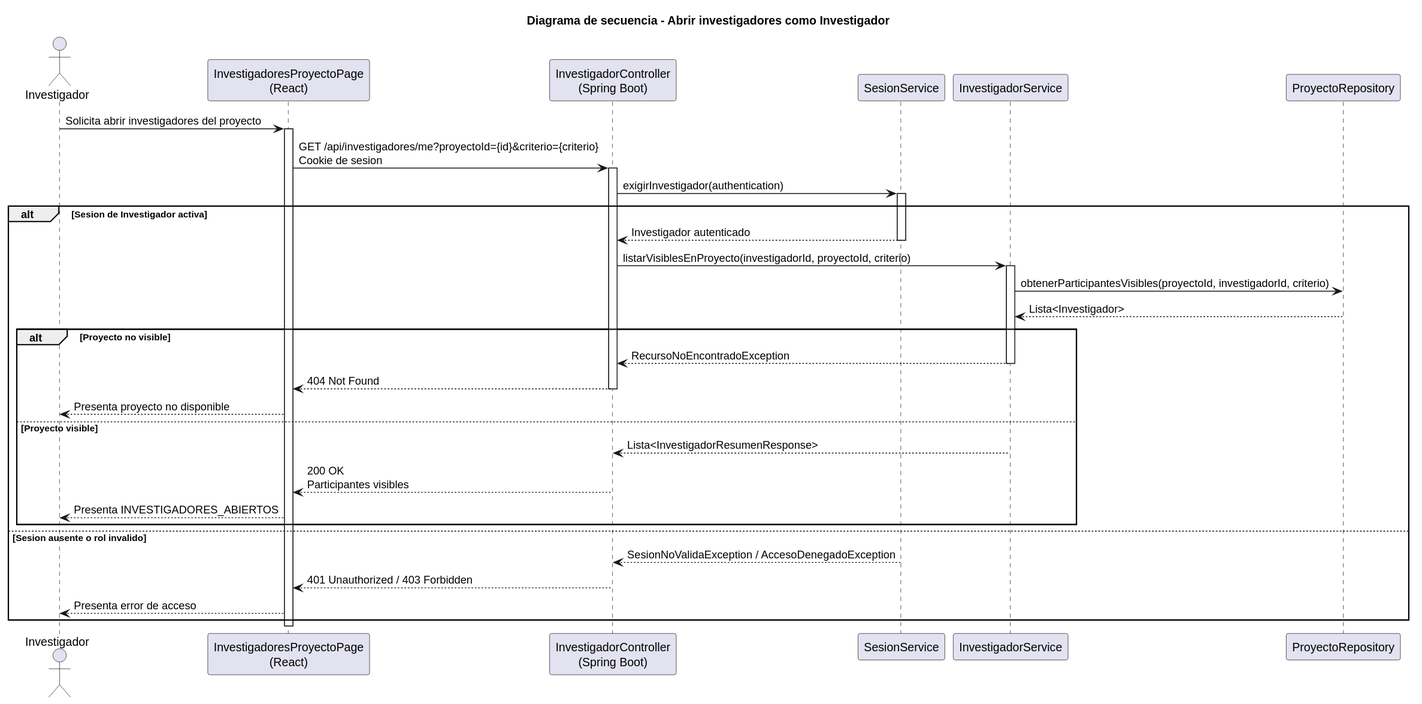
beatriizorozco/25-26-idsw2-sdVC keeps this PlantUML diagram as images/RUP/02-diseño/casos-uso/investigador/abrirInvestigadores/secuencia.svg. Above is the earlier version. Source of this version:
```plantuml
@startuml
title Diagrama de secuencia - Abrir investigadores como Investigador

actor Investigador
participant "InvestigadoresProyectoPage\n(React)" as Frontend
participant "InvestigadorController\n(Spring Boot)" as Api
participant "SesionService" as Sesion
participant "InvestigadorService" as Service
participant "ProyectoRepository" as ProyectoRepo

Investigador -> Frontend: Solicita abrir investigadores del proyecto
activate Frontend
Frontend -> Api: GET /api/investigadores/me?proyectoId={id}&criterio={criterio}\nCookie de sesion
activate Api
Api -> Sesion: exigirInvestigador(authentication)
activate Sesion
alt Sesion de Investigador activa
    Sesion --> Api: Investigador autenticado
    deactivate Sesion
    Api -> Service: listarVisiblesEnProyecto(investigadorId, proyectoId, criterio)
    activate Service
    Service -> ProyectoRepo: obtenerParticipantesVisibles(proyectoId, investigadorId, criterio)
    ProyectoRepo --> Service: Lista<Investigador>
    alt Proyecto no visible
        Service --> Api: RecursoNoEncontradoException
        deactivate Service
        Api --> Frontend: 404 Not Found
        deactivate Api
        Frontend --> Investigador: Presenta proyecto no disponible
    else Proyecto visible
        Service --> Api: Lista<InvestigadorResumenResponse>
        deactivate Service
        Api --> Frontend: 200 OK\nParticipantes visibles
        deactivate Api
        Frontend --> Investigador: Presenta INVESTIGADORES_ABIERTOS
    end
else Sesion ausente o rol invalido
    Sesion --> Api: SesionNoValidaException / AccesoDenegadoException
    deactivate Sesion
    Api --> Frontend: 401 Unauthorized / 403 Forbidden
    deactivate Api
    Frontend --> Investigador: Presenta error de acceso
end
deactivate Frontend
@enduml
```
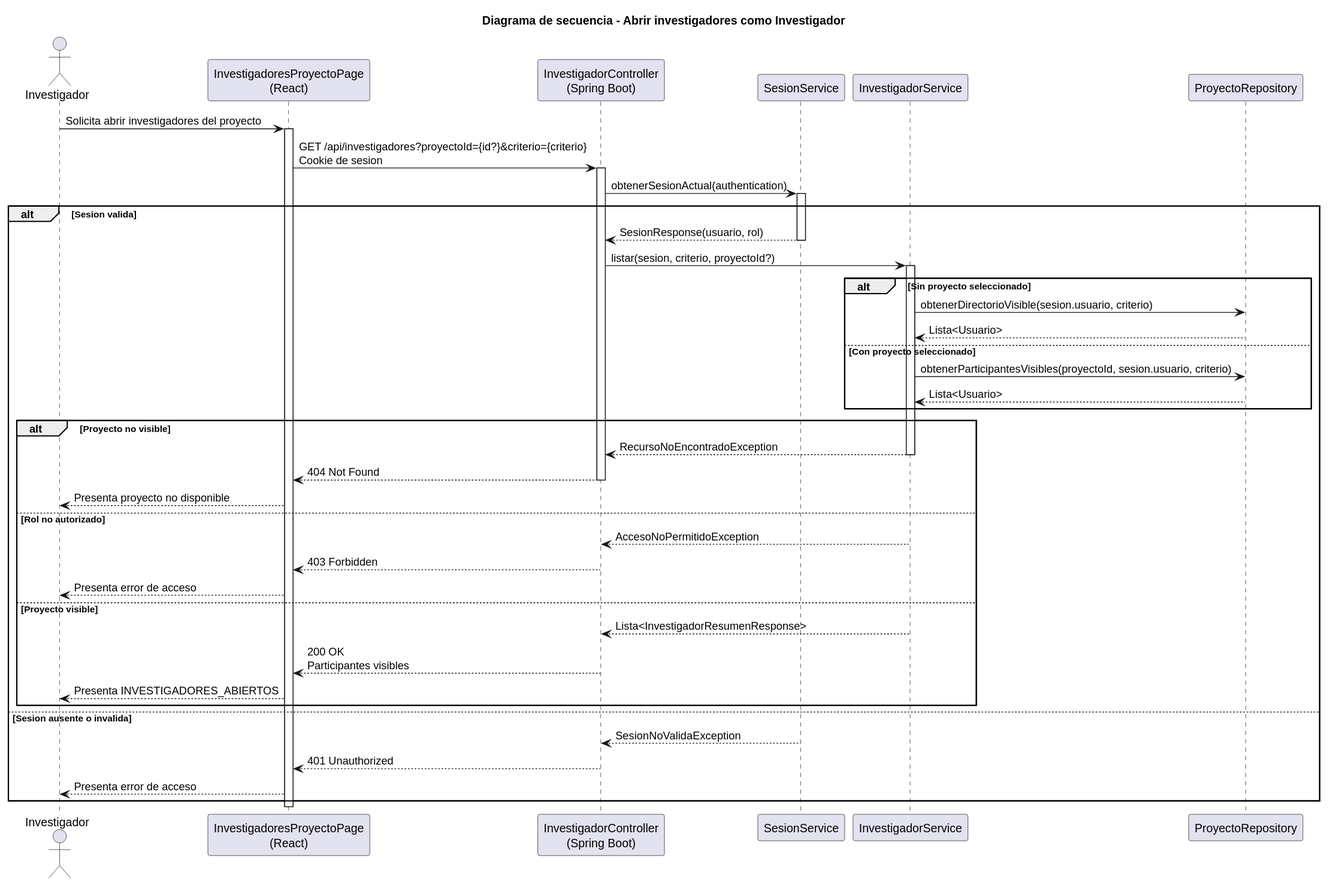
The same file after the commit.

What changed in the source:
```diff
@@ -10,23 +10,34 @@
 
 Investigador -> Frontend: Solicita abrir investigadores del proyecto
 activate Frontend
-Frontend -> Api: GET /api/investigadores/me?proyectoId={id}&criterio={criterio}\nCookie de sesion
+Frontend -> Api: GET /api/investigadores?proyectoId={id?}&criterio={criterio}\nCookie de sesion
 activate Api
-Api -> Sesion: exigirInvestigador(authentication)
+Api -> Sesion: obtenerSesionActual(authentication)
 activate Sesion
-alt Sesion de Investigador activa
-    Sesion --> Api: Investigador autenticado
+alt Sesion valida
+    Sesion --> Api: SesionResponse(usuario, rol)
     deactivate Sesion
-    Api -> Service: listarVisiblesEnProyecto(investigadorId, proyectoId, criterio)
+    Api -> Service: listar(sesion, criterio, proyectoId?)
     activate Service
-    Service -> ProyectoRepo: obtenerParticipantesVisibles(proyectoId, investigadorId, criterio)
-    ProyectoRepo --> Service: Lista<Investigador>
+    alt Sin proyecto seleccionado
+        Service -> ProyectoRepo: obtenerDirectorioVisible(sesion.usuario, criterio)
+        ProyectoRepo --> Service: Lista<Usuario>
+    else Con proyecto seleccionado
+        Service -> ProyectoRepo: obtenerParticipantesVisibles(proyectoId, sesion.usuario, criterio)
+        ProyectoRepo --> Service: Lista<Usuario>
+    end
     alt Proyecto no visible
         Service --> Api: RecursoNoEncontradoException
         deactivate Service
         Api --> Frontend: 404 Not Found
         deactivate Api
         Frontend --> Investigador: Presenta proyecto no disponible
+    else Rol no autorizado
+        Service --> Api: AccesoNoPermitidoException
+        deactivate Service
+        Api --> Frontend: 403 Forbidden
+        deactivate Api
+        Frontend --> Investigador: Presenta error de acceso
     else Proyecto visible
         Service --> Api: Lista<InvestigadorResumenResponse>
         deactivate Service
@@ -34,10 +45,10 @@
         deactivate Api
         Frontend --> Investigador: Presenta INVESTIGADORES_ABIERTOS
     end
-else Sesion ausente o rol invalido
-    Sesion --> Api: SesionNoValidaException / AccesoDenegadoException
+else Sesion ausente o invalida
+    Sesion --> Api: SesionNoValidaException
     deactivate Sesion
-    Api --> Frontend: 401 Unauthorized / 403 Forbidden
+    Api --> Frontend: 401 Unauthorized
     deactivate Api
     Frontend --> Investigador: Presenta error de acceso
 end
```
